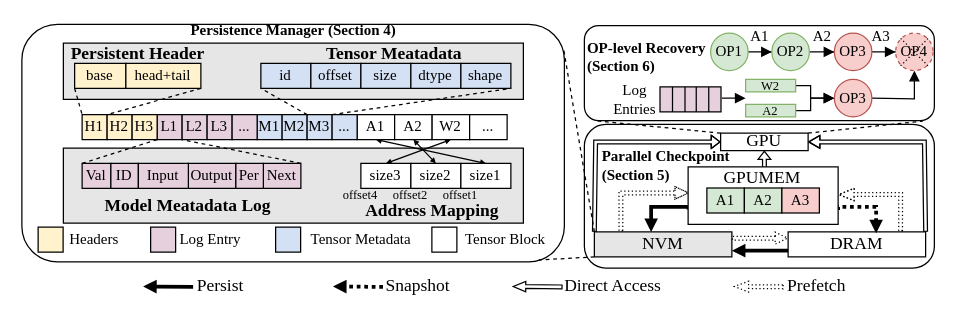
This is fig/system_design_new.drawio from icszhr/NCheck, a draw.io file, before an edit. Source tidied: cells renumbered, new cells numbered last; positions are measured from the earlier drawing's top-left corner, leaving out a move shared by most shapes. Both pictures are drawn from the tidied source at 125%, with x=0, y=0 at pixel (21, 24).
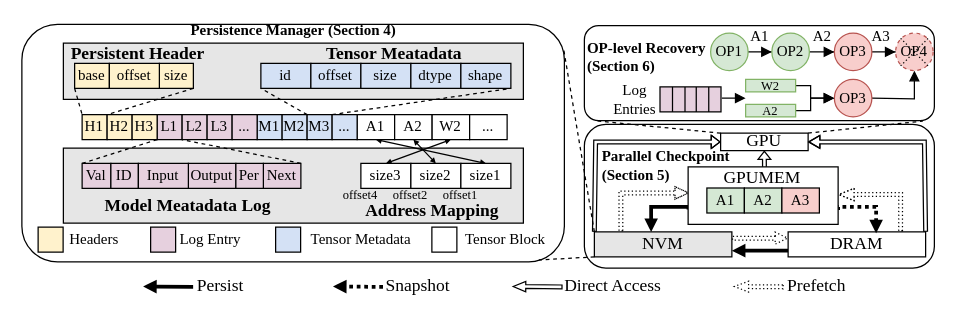
The same page after the edit.

Change to the diagram source:
```diff
@@
     <mxCell id="90" value="base" style="rounded=0;whiteSpace=wrap;html=1;fillColor=#FFF2CC;fontFamily=Times New Roman;" parent="1" vertex="1">
-      <mxGeometry x="42.2" y="31.2" width="41" height="20" as="geometry" />
+      <mxGeometry x="42.2" y="31.2" width="27.8" height="20" as="geometry" />
     </mxCell>
@@
-    <mxCell id="106" value="head+tail" style="rounded=0;whiteSpace=wrap;html=1;fillColor=#FFF2CC;fontFamily=Times New Roman;" parent="1" vertex="1">
-      <mxGeometry x="83.2" y="31.2" width="60" height="20" as="geometry" />
+    <mxCell id="106" value="size" style="rounded=0;whiteSpace=wrap;html=1;fillColor=#FFF2CC;fontFamily=Times New Roman;" parent="1" vertex="1">
+      <mxGeometry x="110" y="31.2" width="27.2" height="20" as="geometry" />
     </mxCell>
@@
+    <mxCell id="122" value="offset" style="rounded=0;whiteSpace=wrap;html=1;fillColor=#FFF2CC;fontFamily=Times New Roman;" parent="1" vertex="1">
+      <mxGeometry x="70" y="31.2" width="40" height="20" as="geometry" />
+    </mxCell>
```
